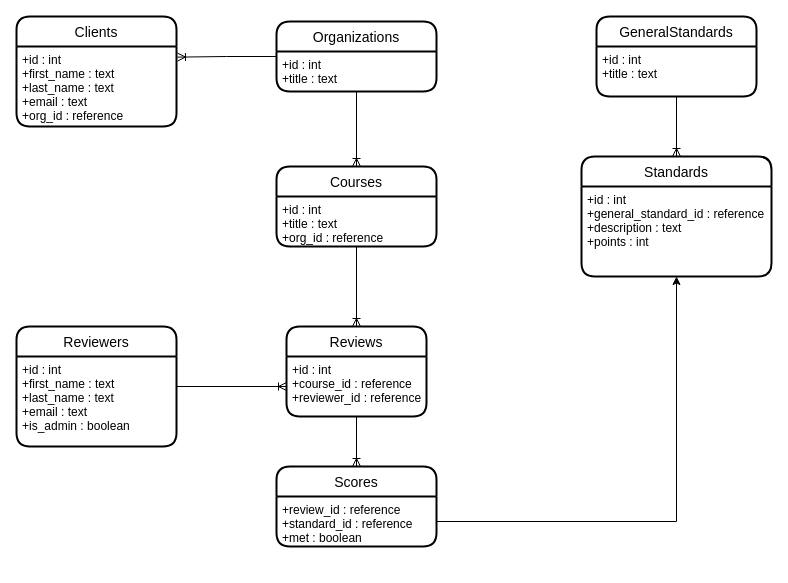
Before: Documentation/Project37_ER_Diagram.drawio in Project37DigitalDatabaseCreation/Project37, a draw.io diagram. Source tidied: cells renumbered, new cells numbered last; positions are measured from the earlier drawing's top-left corner, leaving out a move shared by most shapes. Both pictures are drawn from the tidied source at 100%, with x=0, y=0 at pixel (16, 16).
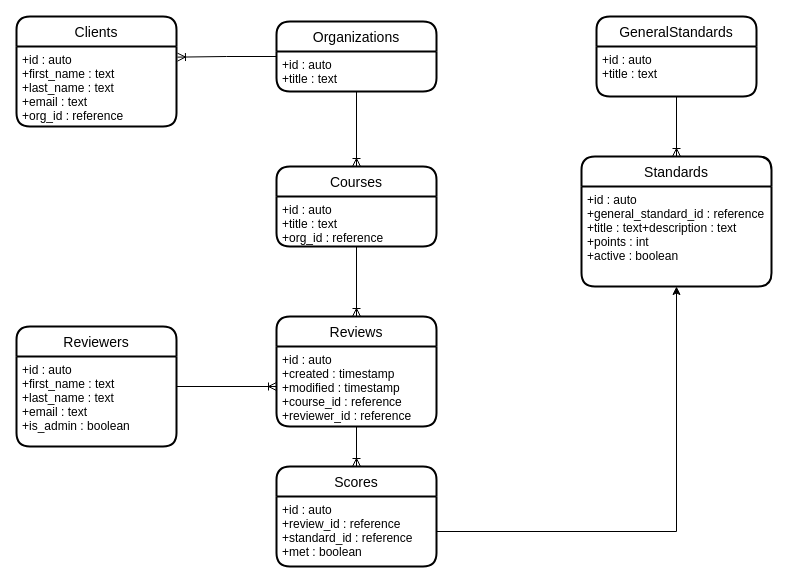
The same page after the edit.

Commit message (it also covers changes not shown here):
TASK #30: Updates diagram with auto id fields and adds an active flag to scores.

Unchanged cells that the change refers to:
```xml
<mxCell id="8" value="Courses" style="swimlane;horizontal=1;startSize=30;rounded=1;fontSize=14;fontStyle=0;strokeWidth=2;shadow=0;dashed=0;align=center;" parent="1" vertex="1">
  <mxGeometry x="260" y="150" width="160" height="80" as="geometry" />
</mxCell>
<mxCell id="14" value="GeneralStandards" style="swimlane;horizontal=1;startSize=30;rounded=1;fontSize=14;fontStyle=0;strokeWidth=2;shadow=0;dashed=0;align=center;" parent="1" vertex="1">
  <mxGeometry x="580" width="160" height="80" as="geometry" />
</mxCell>
<mxCell id="17" value="Reviewers" style="swimlane;horizontal=1;startSize=30;rounded=1;fontSize=14;fontStyle=0;strokeWidth=2;shadow=0;dashed=0;align=center;" parent="1" vertex="1">
  <mxGeometry y="310" width="160" height="120" as="geometry" />
</mxCell>
<mxCell id="19" value="Clients" style="swimlane;horizontal=1;startSize=30;rounded=1;fontSize=14;fontStyle=0;strokeWidth=2;shadow=0;dashed=0;align=center;" parent="1" vertex="1">
  <mxGeometry width="160" height="110" as="geometry" />
</mxCell>
<mxCell id="23" value="Organizations" style="swimlane;horizontal=1;startSize=30;rounded=1;fontSize=14;fontStyle=0;strokeWidth=2;shadow=0;dashed=0;align=center;" parent="1" vertex="1">
  <mxGeometry x="260" y="5" width="160" height="70" as="geometry" />
</mxCell>
```

Change to the diagram source:
```diff
@@
-    <mxCell id="9" value="+id : int&#10;+title : text&#10;+org_id : reference&#10;&#10;" style="align=left;strokeColor=none;fillColor=none;spacingLeft=4;fontSize=12;verticalAlign=top;" parent="8" vertex="1">
+    <mxCell id="9" value="+id : auto&#10;+title : text&#10;+org_id : reference&#10;&#10;" style="align=left;strokeColor=none;fillColor=none;spacingLeft=4;fontSize=12;verticalAlign=top;" parent="8" vertex="1">
       <mxGeometry y="30" width="160" height="50" as="geometry" />
     </mxCell>
-    <mxCell id="10" value="Reviews" style="swimlane;horizontal=1;startSize=30;rounded=1;fontSize=14;fontStyle=0;strokeWidth=2;shadow=0;dashed=0;align=center;" parent="1" vertex="1">
-      <mxGeometry x="270" y="310" width="140" height="90" as="geometry" />
-    </mxCell>
-    <mxCell id="11" value="+id : int&#10;+course_id : reference&#10;+reviewer_id : reference&#10;" style="align=left;strokeColor=none;fillColor=none;spacingLeft=4;fontSize=12;verticalAlign=top;" parent="10" vertex="1">
-      <mxGeometry y="30" width="140" height="60" as="geometry" />
-    </mxCell>
     <mxCell id="12" value="Scores" style="swimlane;horizontal=1;startSize=30;rounded=1;fontSize=14;fontStyle=0;strokeWidth=2;shadow=0;dashed=0;align=center;" parent="1" vertex="1">
-      <mxGeometry x="260" y="450" width="160" height="80" as="geometry" />
+      <mxGeometry x="260" y="450" width="160" height="100" as="geometry" />
     </mxCell>
-    <mxCell id="13" value="+review_id : reference&#10;+standard_id : reference&#10;+met : boolean&#10;&#10;" style="align=left;strokeColor=none;fillColor=none;spacingLeft=4;fontSize=12;verticalAlign=top;" parent="12" vertex="1">
-      <mxGeometry y="30" width="160" height="50" as="geometry" />
+    <mxCell id="13" value="+id : auto&#10;+review_id : reference&#10;+standard_id : reference&#10;+met : boolean&#10;&#10;" style="align=left;strokeColor=none;fillColor=none;spacingLeft=4;fontSize=12;verticalAlign=top;" parent="12" vertex="1">
+      <mxGeometry y="30" width="160" height="70" as="geometry" />
     </mxCell>
@@
-    <mxCell id="15" value="+id : int&#10;+title : text" style="align=left;strokeColor=none;fillColor=none;spacingLeft=4;fontSize=12;verticalAlign=top;" parent="14" vertex="1">
+    <mxCell id="15" value="+id : auto&#10;+title : text" style="align=left;strokeColor=none;fillColor=none;spacingLeft=4;fontSize=12;verticalAlign=top;" parent="14" vertex="1">
       <mxGeometry y="30" width="160" height="50" as="geometry" />
     </mxCell>
@@
-    <mxCell id="18" value="+id : int&#10;+first_name : text&#10;+last_name : text&#10;+email : text&#10;+is_admin : boolean&#10;" style="align=left;strokeColor=none;fillColor=none;spacingLeft=4;fontSize=12;verticalAlign=top;" parent="17" vertex="1">
+    <mxCell id="18" value="+id : auto&#10;+first_name : text&#10;+last_name : text&#10;+email : text&#10;+is_admin : boolean&#10;" style="align=left;strokeColor=none;fillColor=none;spacingLeft=4;fontSize=12;verticalAlign=top;" parent="17" vertex="1">
       <mxGeometry y="30" width="160" height="90" as="geometry" />
     </mxCell>
@@
-    <mxCell id="20" value="+id : int&#10;+first_name : text&#10;+last_name : text&#10;+email : text&#10;+org_id : reference&#10;" style="align=left;strokeColor=none;fillColor=none;spacingLeft=4;fontSize=12;verticalAlign=top;" parent="19" vertex="1">
+    <mxCell id="20" value="+id : auto&#10;+first_name : text&#10;+last_name : text&#10;+email : text&#10;+org_id : reference&#10;" style="align=left;strokeColor=none;fillColor=none;spacingLeft=4;fontSize=12;verticalAlign=top;" parent="19" vertex="1">
       <mxGeometry y="30" width="160" height="80" as="geometry" />
     </mxCell>
     <mxCell id="21" value="Standards" style="swimlane;horizontal=1;startSize=30;rounded=1;fontSize=14;fontStyle=0;strokeWidth=2;shadow=0;dashed=0;align=center;" parent="1" vertex="1">
-      <mxGeometry x="565" y="140" width="190" height="120" as="geometry" />
+      <mxGeometry x="565" y="140" width="190" height="130" as="geometry" />
     </mxCell>
-    <mxCell id="22" value="+id : int&#10;+general_standard_id : reference&#10;+description : text&#10;+points : int&#10;" style="align=left;strokeColor=none;fillColor=none;spacingLeft=4;fontSize=12;verticalAlign=top;" parent="21" vertex="1">
-      <mxGeometry y="30" width="190" height="90" as="geometry" />
+    <mxCell id="22" value="+id : auto&#10;+general_standard_id : reference&#10;+title : text+description : text&#10;+points : int&#10;+active : boolean&#10;&#10;" style="align=left;strokeColor=none;fillColor=none;spacingLeft=4;fontSize=12;verticalAlign=top;" parent="21" vertex="1">
+      <mxGeometry y="30" width="190" height="100" as="geometry" />
     </mxCell>
@@
-    <mxCell id="24" value="+id : int&#10;+title : text&#10;" style="align=left;strokeColor=none;fillColor=none;spacingLeft=4;fontSize=12;verticalAlign=top;" parent="23" vertex="1">
+    <mxCell id="24" value="+id : auto&#10;+title : text&#10;" style="align=left;strokeColor=none;fillColor=none;spacingLeft=4;fontSize=12;verticalAlign=top;" parent="23" vertex="1">
       <mxGeometry y="30" width="160" height="40" as="geometry" />
     </mxCell>
+    <mxCell id="10" value="Reviews" style="swimlane;horizontal=1;startSize=30;rounded=1;fontSize=14;fontStyle=0;strokeWidth=2;shadow=0;dashed=0;align=center;" parent="1" vertex="1">
+      <mxGeometry x="260" y="300" width="160" height="110" as="geometry" />
+    </mxCell>
+    <mxCell id="11" value="+id : auto&#10;+created : timestamp&#10;+modified : timestamp&#10;+course_id : reference&#10;+reviewer_id : reference&#10;" style="align=left;strokeColor=none;fillColor=none;spacingLeft=4;fontSize=12;verticalAlign=top;" parent="10" vertex="1">
+      <mxGeometry y="30" width="160" height="80" as="geometry" />
+    </mxCell>
```
